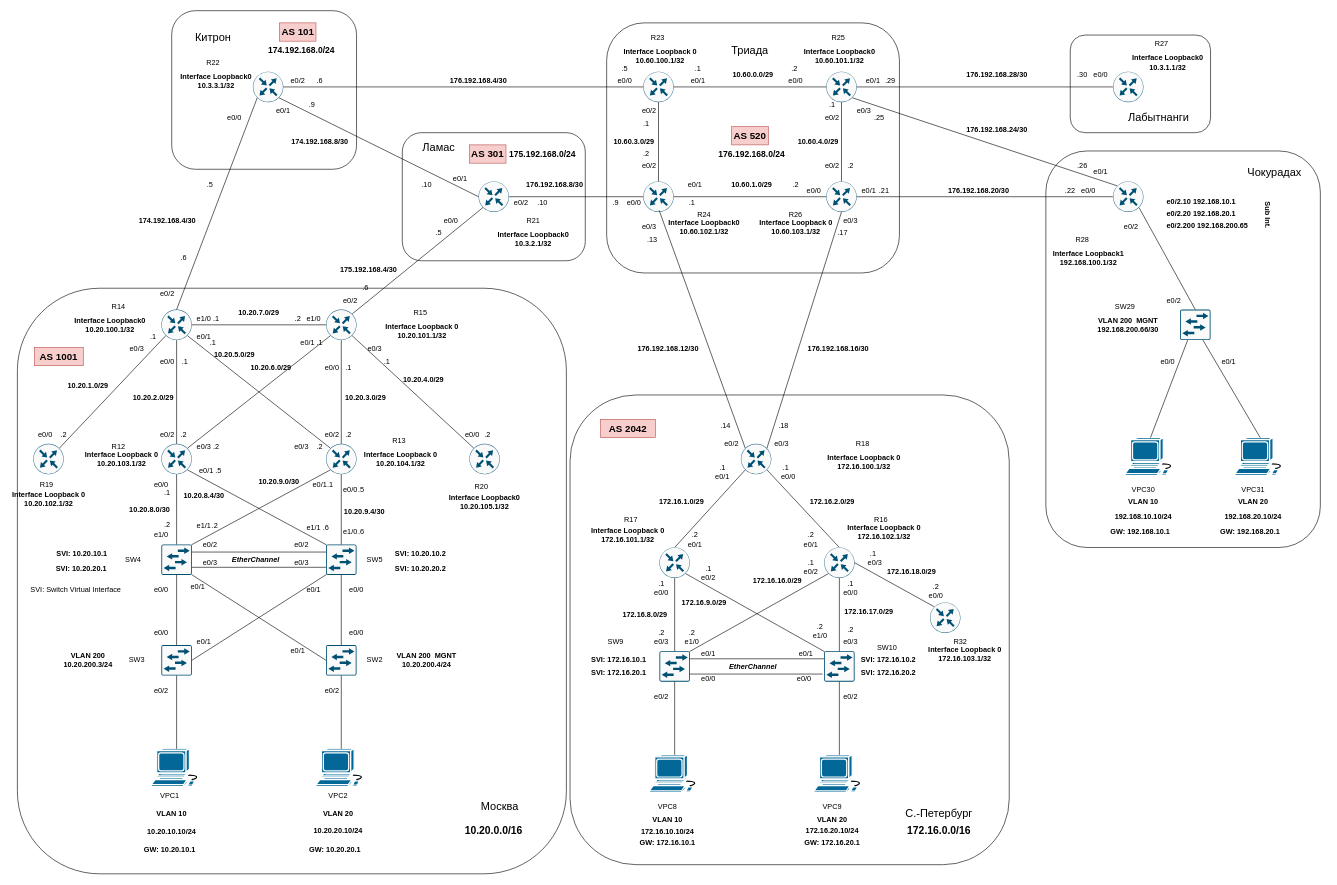
fueller-max/drawio keeps this draw.io diagram as page "Basic IP plan" (1 of 5) of Lab04.drawio. Above is the earlier version. Source tidied: cells renumbered, new cells numbered last; positions are measured from the earlier drawing's top-left corner, leaving out a move shared by most shapes. Both pictures are drawn from the tidied source at 61%, with x=0, y=0 at pixel (10, 10).
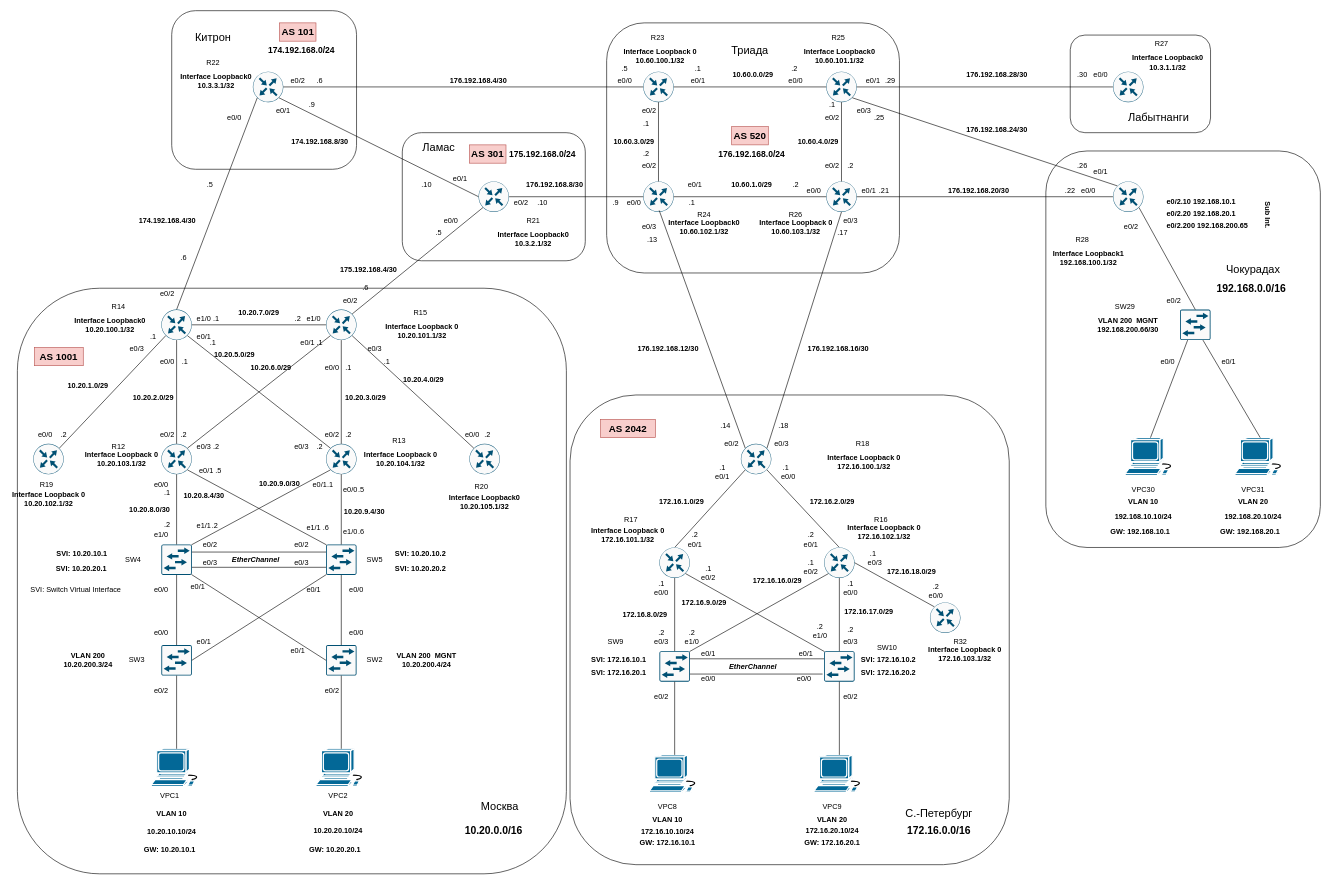
The same page after the edit.

Change to the diagram source:
```diff
@@
     <mxCell id="205" value="&lt;span style=&quot;font-size: 18px;&quot;&gt;Чокурадах&lt;/span&gt;" style="text;html=1;align=center;verticalAlign=middle;whiteSpace=wrap;rounded=0;" parent="1" vertex="1">
-      <mxGeometry x="1988" y="250" width="170" height="30" as="geometry" />
+      <mxGeometry x="1953" y="410" width="170" height="30" as="geometry" />
     </mxCell>
@@
     <mxCell id="368" value="10.20.9&lt;span style=&quot;background-color: transparent; color: light-dark(rgb(0, 0, 0), rgb(255, 255, 255));&quot;&gt;.0/30&lt;/span&gt;" style="text;html=1;align=center;verticalAlign=middle;whiteSpace=wrap;rounded=0;fontStyle=1;" parent="1" vertex="1">
-      <mxGeometry x="411" y="758" width="60" height="30" as="geometry" />
+      <mxGeometry x="412" y="760" width="60" height="30" as="geometry" />
     </mxCell>
@@
+    <mxCell id="374" value="192&lt;span style=&quot;background-color: transparent; color: light-dark(rgb(0, 0, 0), rgb(255, 255, 255));&quot;&gt;.168.0.0/16&lt;/span&gt;" style="text;html=1;align=center;verticalAlign=middle;whiteSpace=wrap;rounded=0;fontStyle=1;fontSize=17;" parent="1" vertex="1">
+      <mxGeometry x="1985" y="442" width="100" height="30" as="geometry" />
+    </mxCell>
```
